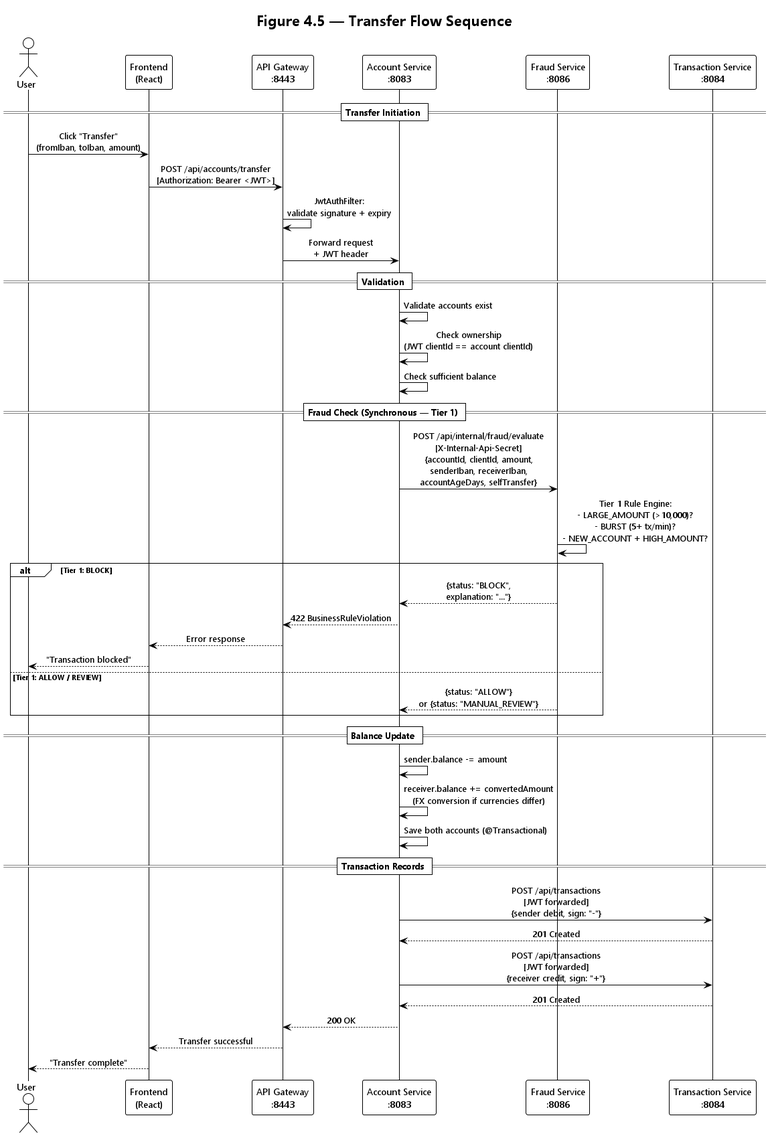
TurcanuTeodor/Online-Internet-Banking keeps this PlantUML diagram as out/uml/chapter4/transfer-flow/Transfer_Flow.png. Above is the earlier version.
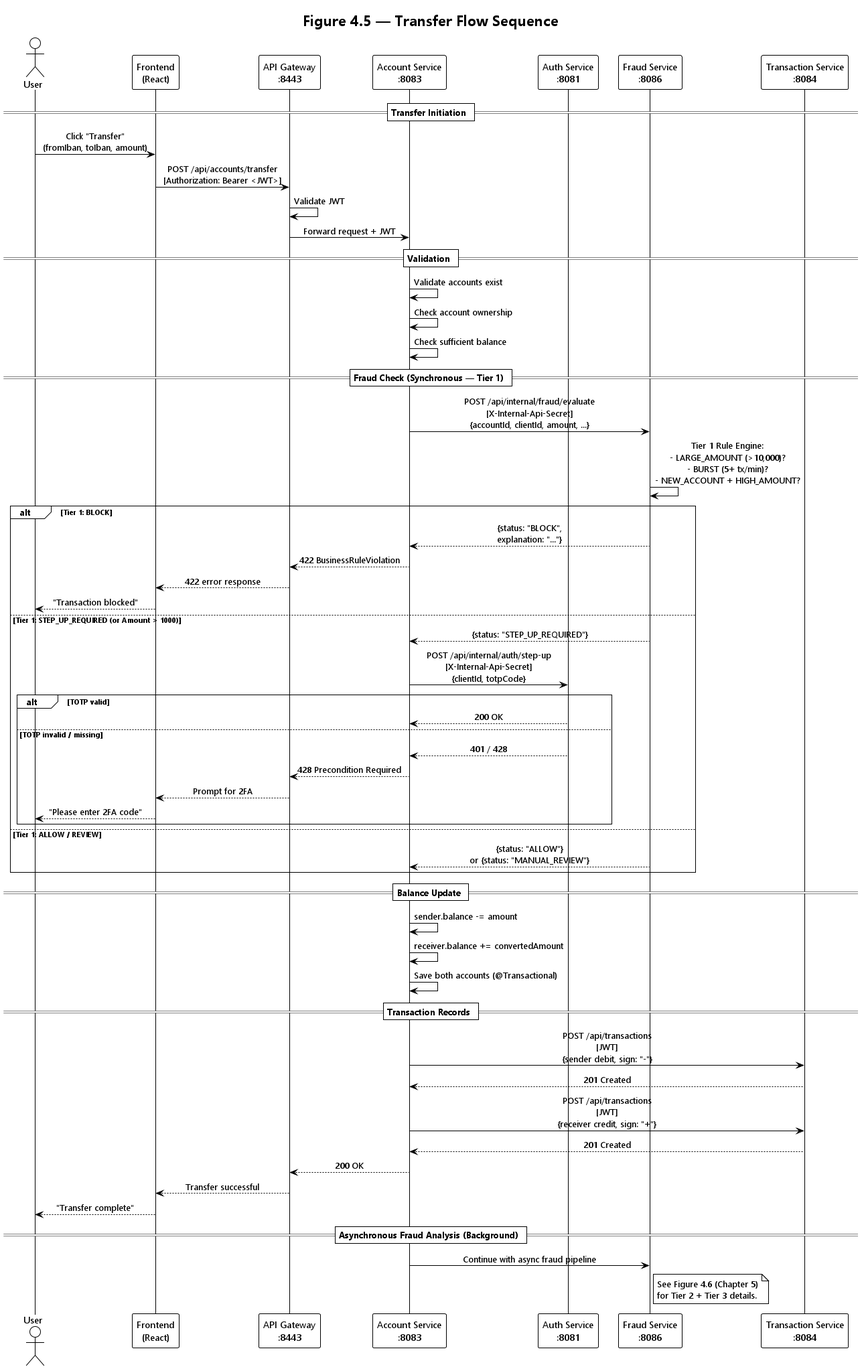
The same file after the commit.

What changed in the source:
```diff
@@ -10,48 +10,68 @@
 participant "Frontend\n(React)" as FE
 participant "API Gateway\n:8443" as GW
 participant "Account Service\n:8083" as ACC
+participant "Auth Service\n:8081" as AUTH
 participant "Fraud Service\n:8086" as FRAUD
 participant "Transaction Service\n:8084" as TX
 
 == Transfer Initiation ==
 USER -> FE : Click "Transfer"\n(fromIban, toIban, amount)
 FE -> GW : POST /api/accounts/transfer\n[Authorization: Bearer <JWT>]
-GW -> GW : JwtAuthFilter:\nvalidate signature + expiry
-GW -> ACC : Forward request\n+ JWT header
+GW -> GW : Validate JWT
+GW -> ACC : Forward request + JWT
 
 == Validation ==
 ACC -> ACC : Validate accounts exist
-ACC -> ACC : Check ownership\n(JWT clientId == account clientId)
+ACC -> ACC : Check account ownership
 ACC -> ACC : Check sufficient balance
 
 == Fraud Check (Synchronous — Tier 1) ==
-ACC -> FRAUD : POST /api/internal/fraud/evaluate\n[X-Internal-Api-Secret]\n{accountId, clientId, amount,\nsenderIban, receiverIban,\naccountAgeDays, selfTransfer}
+ACC -> FRAUD : POST /api/internal/fraud/evaluate\n[X-Internal-Api-Secret]\n{accountId, clientId, amount, ...}
 
 FRAUD -> FRAUD : Tier 1 Rule Engine:\n- LARGE_AMOUNT (>10,000)?\n- BURST (5+ tx/min)?\n- NEW_ACCOUNT + HIGH_AMOUNT?
 
 alt Tier 1: BLOCK
   FRAUD --> ACC : {status: "BLOCK",\nexplanation: "..."}
   ACC --> GW : 422 BusinessRuleViolation
-  GW --> FE : Error response
+  GW --> FE : 422 error response
   FE --> USER : "Transaction blocked"
+else Tier 1: STEP_UP_REQUIRED (or Amount > 1000)
+  FRAUD --> ACC : {status: "STEP_UP_REQUIRED"}
+  ACC -> AUTH : POST /api/internal/auth/step-up\n[X-Internal-Api-Secret]\n{clientId, totpCode}
+
+  alt TOTP valid
+      AUTH --> ACC : 200 OK
+  else TOTP invalid / missing
+      AUTH --> ACC : 401 / 428
+      ACC --> GW : 428 Precondition Required
+      GW --> FE : Prompt for 2FA
+      FE --> USER : "Please enter 2FA code"
+  end
 else Tier 1: ALLOW / REVIEW
   FRAUD --> ACC : {status: "ALLOW"}\nor {status: "MANUAL_REVIEW"}
 end
 
 == Balance Update ==
 ACC -> ACC : sender.balance -= amount
-ACC -> ACC : receiver.balance += convertedAmount\n(FX conversion if currencies differ)
+ACC -> ACC : receiver.balance += convertedAmount
 ACC -> ACC : Save both accounts (@Transactional)
 
 == Transaction Records ==
-ACC -> TX : POST /api/transactions\n[JWT forwarded]\n{sender debit, sign: "-"}
+ACC -> TX : POST /api/transactions\n[JWT]\n{sender debit, sign: "-"}
 TX --> ACC : 201 Created
 
-ACC -> TX : POST /api/transactions\n[JWT forwarded]\n{receiver credit, sign: "+"}
+ACC -> TX : POST /api/transactions\n[JWT]\n{receiver credit, sign: "+"}
 TX --> ACC : 201 Created
 
 ACC --> GW : 200 OK
 GW --> FE : Transfer successful
 FE --> USER : "Transfer complete"
 
+== Asynchronous Fraud Analysis (Background) ==
+ACC -> FRAUD : Continue with async fraud pipeline
+note right of FRAUD
+See Figure 4.6 (Chapter 5)
+for Tier 2 + Tier 3 details.
+end note
+
 @enduml
```
